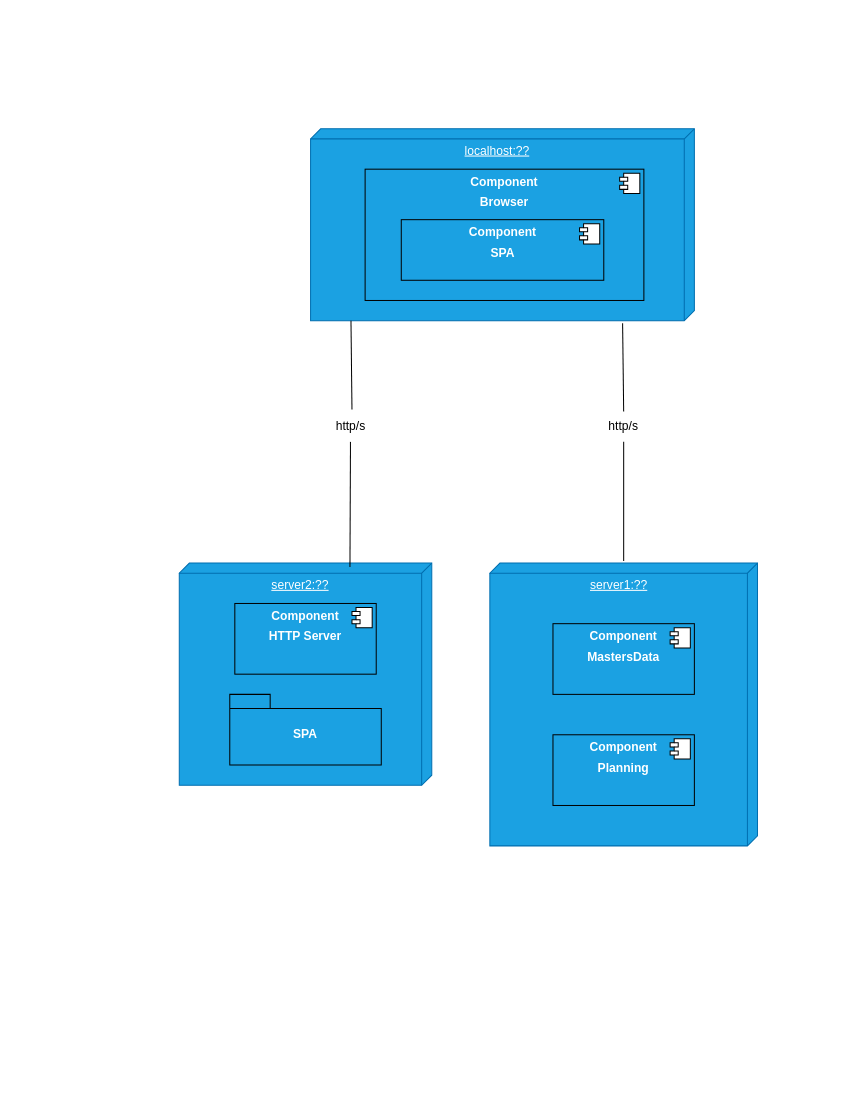
Before: docs/L2/Physical_View.drawio in Rodrick0209/ISEP-SEM5PI-24-25, a draw.io diagram. Source tidied: cells renumbered, new cells numbered last; positions are measured from the earlier drawing's top-left corner, leaving out a move shared by most shapes. Both pictures are drawn from the tidied source at 101%, with x=0, y=0 at pixel (179, 128).
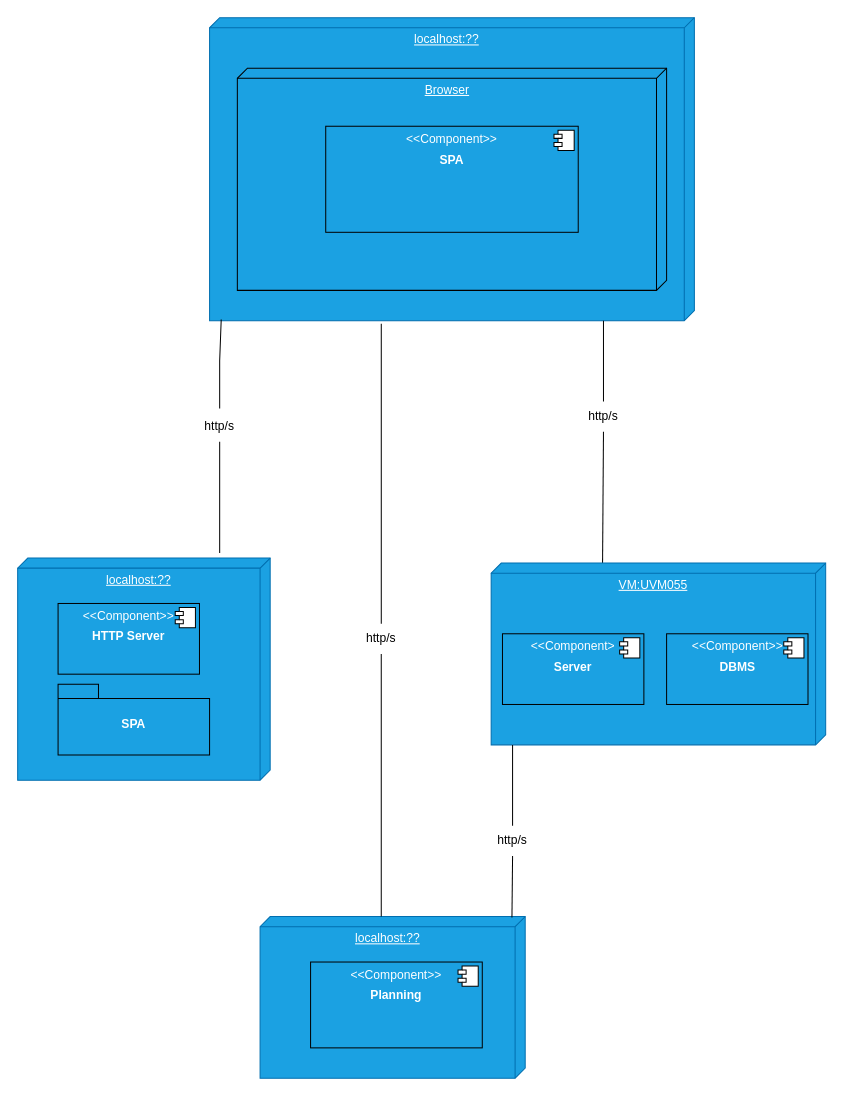
The same page after the edit.

Commit message (it also covers changes not shown here):
Physical view and Mapping between Implmentation and Physical fixed #25

What changed in the source:
```diff
@@
     <mxCell id="2" value="localhost:??" style="verticalAlign=top;align=center;spacingTop=8;spacingLeft=2;spacingRight=12;shape=cube;size=10;direction=south;fontStyle=4;html=1;whiteSpace=wrap;fillColor=#1ba1e2;fontColor=#ffffff;strokeColor=#006EAF;" parent="1" vertex="1">
-      <mxGeometry x="130" width="380" height="190" as="geometry" />
+      <mxGeometry x="30" y="-110" width="480" height="300" as="geometry" />
     </mxCell>
-    <mxCell id="3" value="server1:??" style="verticalAlign=top;align=center;spacingTop=8;spacingLeft=2;spacingRight=12;shape=cube;size=10;direction=south;fontStyle=4;html=1;whiteSpace=wrap;fillColor=#1ba1e2;fontColor=#ffffff;strokeColor=#006EAF;" parent="1" vertex="1">
-      <mxGeometry x="307.5" y="430" width="265" height="280" as="geometry" />
+    <mxCell id="3" value="localhost:??" style="verticalAlign=top;align=center;spacingTop=8;spacingLeft=2;spacingRight=12;shape=cube;size=10;direction=south;fontStyle=4;html=1;whiteSpace=wrap;fillColor=#1ba1e2;fontColor=#ffffff;strokeColor=#006EAF;" parent="1" vertex="1">
+      <mxGeometry x="80" y="780" width="262.5" height="160" as="geometry" />
     </mxCell>
-    <mxCell id="4" value="&lt;p style=&quot;margin:0px;margin-top:6px;text-align:center;&quot;&gt;&lt;b&gt;Component&lt;/b&gt;&lt;/p&gt;&lt;p style=&quot;margin:0px;margin-top:6px;text-align:center;&quot;&gt;&lt;b&gt;MastersData&lt;/b&gt;&lt;/p&gt;" style="align=left;overflow=fill;html=1;whiteSpace=wrap;fillColor=#1ba1e2;fontColor=#ffffff;strokeColor=default;" parent="1" vertex="1">
-      <mxGeometry x="370" y="490" width="140" height="70" as="geometry" />
-    </mxCell>
-    <mxCell id="5" style="shape=component;jettyWidth=8;jettyHeight=4;" parent="4" vertex="1">
-      <mxGeometry x="1" width="20" height="20" relative="1" as="geometry">
-        <mxPoint x="-24" y="4" as="offset" />
-      </mxGeometry>
-    </mxCell>
-    <mxCell id="6" value="server2:??" style="verticalAlign=top;align=center;spacingTop=8;spacingLeft=2;spacingRight=12;shape=cube;size=10;direction=south;fontStyle=4;html=1;whiteSpace=wrap;fillColor=#1ba1e2;fontColor=#ffffff;strokeColor=#006EAF;" parent="1" vertex="1">
-      <mxGeometry y="430" width="250" height="220" as="geometry" />
+    <mxCell id="6" value="localhost:??" style="verticalAlign=top;align=center;spacingTop=8;spacingLeft=2;spacingRight=12;shape=cube;size=10;direction=south;fontStyle=4;html=1;whiteSpace=wrap;fillColor=#1ba1e2;fontColor=#ffffff;strokeColor=#006EAF;" parent="1" vertex="1">
+      <mxGeometry x="-160" y="425" width="250" height="220" as="geometry" />
     </mxCell>
-    <mxCell id="7" value="&lt;p style=&quot;margin:0px;margin-top:6px;text-align:center;&quot;&gt;&lt;b&gt;Component&lt;/b&gt;&lt;/p&gt;&lt;p style=&quot;margin:0px;margin-top:6px;text-align:center;&quot;&gt;&lt;b&gt;Planning&lt;/b&gt;&lt;/p&gt;" style="align=left;overflow=fill;html=1;whiteSpace=wrap;fillColor=#1ba1e2;fontColor=#ffffff;strokeColor=default;" parent="1" vertex="1">
-      <mxGeometry x="370" y="600" width="140" height="70" as="geometry" />
+    <mxCell id="7" value="&lt;p style=&quot;margin:0px;margin-top:6px;text-align:center;&quot;&gt;&amp;lt;&amp;lt;Component&amp;gt;&amp;gt;&lt;/p&gt;&lt;p style=&quot;margin:0px;margin-top:6px;text-align:center;&quot;&gt;&lt;b&gt;Planning&lt;/b&gt;&lt;/p&gt;" style="align=left;overflow=fill;html=1;whiteSpace=wrap;fillColor=#1ba1e2;fontColor=#ffffff;strokeColor=default;" parent="1" vertex="1">
+      <mxGeometry x="130" y="825" width="170" height="85" as="geometry" />
     </mxCell>
@@
     <mxCell id="9" value="http/s" style="text;html=1;align=center;verticalAlign=middle;whiteSpace=wrap;rounded=0;" parent="1" vertex="1">
-      <mxGeometry x="410" y="280" width="60" height="30" as="geometry" />
+      <mxGeometry x="390" y="270" width="60" height="30" as="geometry" />
     </mxCell>
-    <mxCell id="10" style="endArrow=none;html=1;rounded=0;entryX=1.013;entryY=0.187;entryDx=0;entryDy=0;entryPerimeter=0;" parent="1" edge="1" target="2">
+    <mxCell id="10" style="endArrow=none;html=1;rounded=0;" parent="1" edge="1">
       <mxGeometry relative="1" as="geometry">
-        <mxPoint x="440" y="280" as="sourcePoint" />
+        <mxPoint x="420" y="270" as="sourcePoint" />
+        <mxPoint x="420" y="190" as="targetPoint" />
       </mxGeometry>
     </mxCell>
-    <mxCell id="11" style="endArrow=none;html=1;rounded=0;entryX=0.5;entryY=1;entryDx=0;entryDy=0;" parent="1" edge="1" target="9">
-      <mxGeometry relative="1" as="geometry">
-        <mxPoint x="440" y="428" as="sourcePoint" />
-      </mxGeometry>
+    <mxCell id="11" style="endArrow=none;html=1;rounded=0;entryX=0.5;entryY=1;entryDx=0;entryDy=0;exitX=0.017;exitY=0.667;exitDx=0;exitDy=0;exitPerimeter=0;" parent="1" edge="1" source="22" target="9">
+      <mxGeometry relative="1" as="geometry" />
     </mxCell>
-    <mxCell id="12" value="&lt;p style=&quot;margin:0px;margin-top:6px;text-align:center;&quot;&gt;&lt;b&gt;Component&lt;/b&gt;&lt;/p&gt;&lt;p style=&quot;margin:0px;margin-top:6px;text-align:center;&quot;&gt;&lt;b&gt;Browser&lt;/b&gt;&lt;/p&gt;" style="align=left;overflow=fill;html=1;whiteSpace=wrap;fillColor=#1ba1e2;fontColor=#ffffff;strokeColor=default;" parent="1" vertex="1">
-      <mxGeometry x="184" y="40" width="276" height="130" as="geometry" />
-    </mxCell>
-    <mxCell id="13" style="shape=component;jettyWidth=8;jettyHeight=4;" parent="12" vertex="1">
-      <mxGeometry x="1" width="20" height="20" relative="1" as="geometry">
-        <mxPoint x="-24" y="4" as="offset" />
-      </mxGeometry>
-    </mxCell>
-    <mxCell id="14" value="&lt;p style=&quot;margin:0px;margin-top:6px;text-align:center;&quot;&gt;&lt;b&gt;Component&lt;/b&gt;&lt;/p&gt;&lt;p style=&quot;margin:0px;margin-top:6px;text-align:center;&quot;&gt;&lt;b&gt;SPA&lt;/b&gt;&lt;/p&gt;" style="align=left;overflow=fill;html=1;whiteSpace=wrap;fillColor=#1ba1e2;fontColor=#ffffff;strokeColor=#000000;" parent="1" vertex="1">
-      <mxGeometry x="219.8" y="90" width="200.5" height="60" as="geometry" />
-    </mxCell>
-    <mxCell id="15" style="shape=component;jettyWidth=8;jettyHeight=4;" parent="14" vertex="1">
-      <mxGeometry x="1" width="20" height="20" relative="1" as="geometry">
-        <mxPoint x="-24" y="4" as="offset" />
-      </mxGeometry>
-    </mxCell>
-    <mxCell id="16" value="&lt;p style=&quot;margin:0px;margin-top:6px;text-align:center;&quot;&gt;&lt;b&gt;Component&lt;/b&gt;&lt;/p&gt;&lt;p style=&quot;margin:0px;margin-top:6px;text-align:center;&quot;&gt;&lt;b&gt;HTTP Server&lt;/b&gt;&lt;/p&gt;" style="align=left;overflow=fill;html=1;whiteSpace=wrap;fillColor=#1ba1e2;fontColor=#ffffff;strokeColor=default;" parent="1" vertex="1">
-      <mxGeometry x="55" y="470" width="140" height="70" as="geometry" />
+    <mxCell id="16" value="&lt;p style=&quot;margin:0px;margin-top:6px;text-align:center;&quot;&gt;&amp;lt;&amp;lt;Component&amp;gt;&amp;gt;&lt;/p&gt;&lt;p style=&quot;margin:0px;margin-top:6px;text-align:center;&quot;&gt;&lt;b&gt;HTTP Server&lt;/b&gt;&lt;/p&gt;" style="align=left;overflow=fill;html=1;whiteSpace=wrap;fillColor=#1ba1e2;fontColor=#ffffff;strokeColor=default;" parent="1" vertex="1">
+      <mxGeometry x="-120" y="470" width="140" height="70" as="geometry" />
     </mxCell>
@@
     <mxCell id="18" value="SPA" style="shape=folder;fontStyle=1;spacingTop=10;tabWidth=40;tabHeight=14;tabPosition=left;html=1;whiteSpace=wrap;fillColor=#1ba1e2;fontColor=#ffffff;strokeColor=default;" parent="1" vertex="1">
-      <mxGeometry x="50" y="560" width="150" height="70" as="geometry" />
+      <mxGeometry x="-120" y="550" width="150" height="70" as="geometry" />
     </mxCell>
-    <mxCell id="19" style="endArrow=none;html=1;rounded=0;entryX=1.013;entryY=0.187;entryDx=0;entryDy=0;entryPerimeter=0;" parent="1" edge="1">
+    <mxCell id="19" style="endArrow=none;html=1;rounded=0;entryX=0.996;entryY=0.976;entryDx=0;entryDy=0;entryPerimeter=0;" parent="1" edge="1" target="2">
       <mxGeometry relative="1" as="geometry">
-        <mxPoint x="171" y="278" as="sourcePoint" />
-        <mxPoint x="170" y="190" as="targetPoint" />
+        <mxPoint x="40" y="277" as="sourcePoint" />
+        <Array as="points">
+          <mxPoint x="40" y="230" />
+        </Array>
       </mxGeometry>
     </mxCell>
     <mxCell id="20" value="http/s" style="text;html=1;align=center;verticalAlign=middle;whiteSpace=wrap;rounded=0;" parent="1" vertex="1">
-      <mxGeometry x="140" y="280" width="60" height="30" as="geometry" />
+      <mxGeometry x="10" y="280" width="60" height="30" as="geometry" />
     </mxCell>
-    <mxCell id="21" style="endArrow=none;html=1;rounded=0;entryX=0.5;entryY=1;entryDx=0;entryDy=0;exitX=0.018;exitY=0.324;exitDx=0;exitDy=0;exitPerimeter=0;" parent="1" edge="1" source="6">
+    <mxCell id="21" style="endArrow=none;html=1;rounded=0;entryX=0.5;entryY=1;entryDx=0;entryDy=0;" parent="1" edge="1" target="20">
       <mxGeometry relative="1" as="geometry">
-        <mxPoint x="169.5" y="310" as="targetPoint" />
+        <mxPoint x="40" y="420" as="sourcePoint" />
       </mxGeometry>
     </mxCell>
+    <mxCell id="22" value="VM:UVM055" style="verticalAlign=top;align=center;spacingTop=8;spacingLeft=2;spacingRight=12;shape=cube;size=10;direction=south;fontStyle=4;html=1;whiteSpace=wrap;fillColor=#1ba1e2;fontColor=#ffffff;strokeColor=#006EAF;" parent="1" vertex="1">
+      <mxGeometry x="308.8" y="430" width="331.2" height="180" as="geometry" />
+    </mxCell>
+    <mxCell id="4" value="&lt;p style=&quot;margin:0px;margin-top:6px;text-align:center;&quot;&gt;&amp;lt;&amp;lt;Component&amp;gt;&lt;/p&gt;&lt;p style=&quot;margin:0px;margin-top:6px;text-align:center;&quot;&gt;&lt;b&gt;Server&lt;/b&gt;&lt;/p&gt;" style="align=left;overflow=fill;html=1;whiteSpace=wrap;fillColor=#1ba1e2;fontColor=#ffffff;strokeColor=default;" parent="1" vertex="1">
+      <mxGeometry x="320" y="500" width="140" height="70" as="geometry" />
+    </mxCell>
+    <mxCell id="5" style="shape=component;jettyWidth=8;jettyHeight=4;" parent="4" vertex="1">
+      <mxGeometry x="1" width="20" height="20" relative="1" as="geometry">
+        <mxPoint x="-24" y="4" as="offset" />
+      </mxGeometry>
+    </mxCell>
+    <mxCell id="23" value="&lt;p style=&quot;margin:0px;margin-top:6px;text-align:center;&quot;&gt;&amp;lt;&amp;lt;Component&amp;gt;&amp;gt;&lt;/p&gt;&lt;p style=&quot;margin:0px;margin-top:6px;text-align:center;&quot;&gt;&lt;b&gt;DBMS&lt;/b&gt;&lt;/p&gt;" style="align=left;overflow=fill;html=1;whiteSpace=wrap;fillColor=#1ba1e2;fontColor=#ffffff;strokeColor=default;" parent="1" vertex="1">
+      <mxGeometry x="482.5" y="500" width="140" height="70" as="geometry" />
+    </mxCell>
+    <mxCell id="24" style="shape=component;jettyWidth=8;jettyHeight=4;" parent="23" vertex="1">
+      <mxGeometry x="1" width="20" height="20" relative="1" as="geometry">
+        <mxPoint x="-24" y="4" as="offset" />
+      </mxGeometry>
+    </mxCell>
+    <mxCell id="25" value="Browser" style="verticalAlign=top;align=center;spacingTop=8;spacingLeft=2;spacingRight=12;shape=cube;size=10;direction=south;fontStyle=4;html=1;whiteSpace=wrap;fillColor=#1ba1e2;fontColor=#ffffff;strokeColor=default;" parent="1" vertex="1">
+      <mxGeometry x="57.5" y="-60" width="425" height="220" as="geometry" />
+    </mxCell>
+    <mxCell id="26" value="&lt;p style=&quot;margin:0px;margin-top:6px;text-align:center;&quot;&gt;&amp;lt;&amp;lt;Component&amp;gt;&amp;gt;&lt;/p&gt;&lt;p style=&quot;margin:0px;margin-top:6px;text-align:center;&quot;&gt;&lt;b&gt;SPA&lt;/b&gt;&lt;/p&gt;" style="align=left;overflow=fill;html=1;whiteSpace=wrap;fillColor=#1ba1e2;fontColor=#ffffff;strokeColor=default;" parent="1" vertex="1">
+      <mxGeometry x="145" y="-2.5" width="250" height="105" as="geometry" />
+    </mxCell>
+    <mxCell id="27" style="shape=component;jettyWidth=8;jettyHeight=4;" parent="26" vertex="1">
+      <mxGeometry x="1" width="20" height="20" relative="1" as="geometry">
+        <mxPoint x="-24" y="4" as="offset" />
+      </mxGeometry>
+    </mxCell>
+    <mxCell id="28" value="http/s" style="text;html=1;align=center;verticalAlign=middle;whiteSpace=wrap;rounded=0;" parent="1" vertex="1">
+      <mxGeometry x="170" y="490" width="60" height="30" as="geometry" />
+    </mxCell>
+    <mxCell id="29" style="endArrow=none;html=1;rounded=0;exitX=0.5;exitY=0;exitDx=0;exitDy=0;" parent="1" edge="1" source="28">
+      <mxGeometry relative="1" as="geometry">
+        <mxPoint x="200" y="193" as="targetPoint" />
+      </mxGeometry>
+    </mxCell>
+    <mxCell id="30" style="endArrow=none;html=1;rounded=0;entryX=0.5;entryY=1;entryDx=0;entryDy=0;exitX=0;exitY=0.543;exitDx=0;exitDy=0;exitPerimeter=0;" parent="1" edge="1" source="3" target="28">
+      <mxGeometry relative="1" as="geometry" />
+    </mxCell>
+    <mxCell id="31" style="endArrow=none;html=1;rounded=0;exitX=0.5;exitY=0;exitDx=0;exitDy=0;" parent="1" edge="1" source="32">
+      <mxGeometry relative="1" as="geometry">
+        <mxPoint x="330" y="610" as="targetPoint" />
+      </mxGeometry>
+    </mxCell>
+    <mxCell id="32" value="http/s" style="text;html=1;align=center;verticalAlign=middle;whiteSpace=wrap;rounded=0;" parent="1" vertex="1">
+      <mxGeometry x="300" y="690" width="60" height="30" as="geometry" />
+    </mxCell>
+    <mxCell id="33" style="endArrow=none;html=1;rounded=0;entryX=0.006;entryY=0.05;entryDx=0;entryDy=0;entryPerimeter=0;exitX=0.5;exitY=1;exitDx=0;exitDy=0;" parent="1" edge="1" source="32" target="3">
+      <mxGeometry relative="1" as="geometry" />
+    </mxCell>
```
